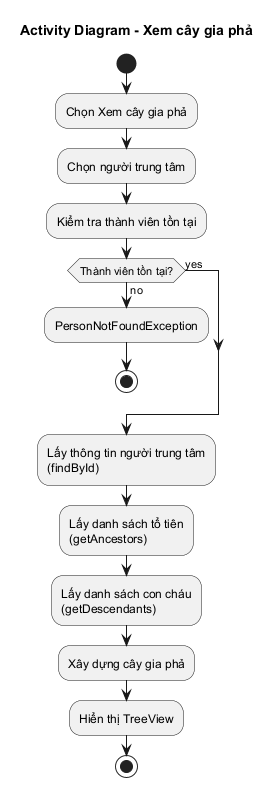
minhchien170704/do-an-gia-pha keeps this PlantUML diagram as docs/uml/activity-family-tree.png. Above is the earlier version.
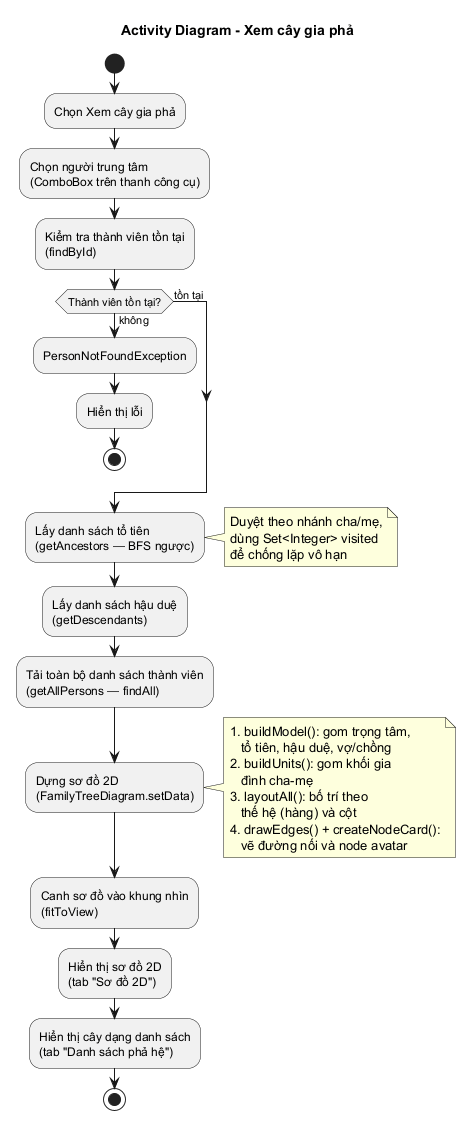
After the change.

Diff of the diagram source:
```diff
@@ -6,25 +6,45 @@
 
 :Chọn Xem cây gia phả;
 
-:Chọn người trung tâm;
+:Chọn người trung tâm\n(ComboBox trên thanh công cụ);
 
-:Kiểm tra thành viên tồn tại;
+:Kiểm tra thành viên tồn tại\n(findById);
 
-if (Thành viên tồn tại?) then (yes)
-else (no)
+if (Thành viên tồn tại?) then (tồn tại)
+else (không)
   :PersonNotFoundException;
+  :Hiển thị lỗi;
   stop
 endif
 
-:Lấy thông tin người trung tâm\n(findById);
+:Lấy danh sách tổ tiên\n(getAncestors — BFS ngược);
+note right
+  Duyệt theo nhánh cha/mẹ,
+  dùng Set<Integer> visited
+  để chống lặp vô hạn
+end note
 
-:Lấy danh sách tổ tiên\n(getAncestors);
+:Lấy danh sách hậu duệ\n(getDescendants);
 
-:Lấy danh sách con cháu\n(getDescendants);
+:Tải toàn bộ danh sách thành viên\n(getAllPersons — findAll);
 
-:Xây dựng cây gia phả;
+:Dựng sơ đồ 2D\n(FamilyTreeDiagram.setData);
+note right
+  1. buildModel(): gom trọng tâm,
+     tổ tiên, hậu duệ, vợ/chồng
+  2. buildUnits(): gom khối gia
+     đình cha-mẹ
+  3. layoutAll(): bố trí theo
+     thế hệ (hàng) và cột
+  4. drawEdges() + createNodeCard():
+     vẽ đường nối và node avatar
+end note
 
-:Hiển thị TreeView;
+:Canh sơ đồ vào khung nhìn\n(fitToView);
+
+:Hiển thị sơ đồ 2D\n(tab "Sơ đồ 2D");
+
+:Hiển thị cây dạng danh sách\n(tab "Danh sách phả hệ");
 
 stop
 
```
